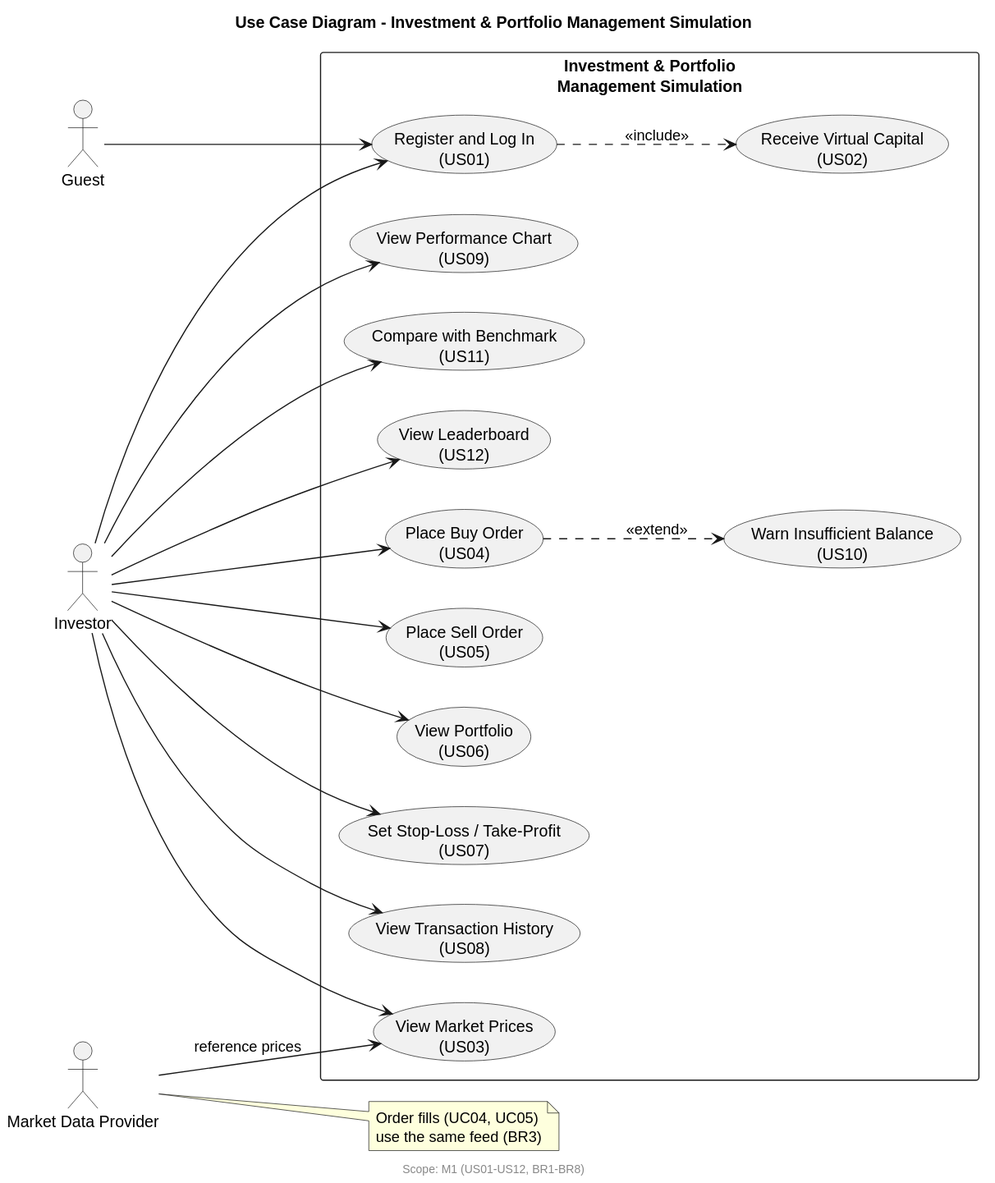
Before: docs/diagrams/use-case-diagram.svg, a diagram exported from PlantUML (SE-FDA-NEU-AI66B/AI66B-Group-5-A4-Investment-and-Portfolio-Management-Simulation).
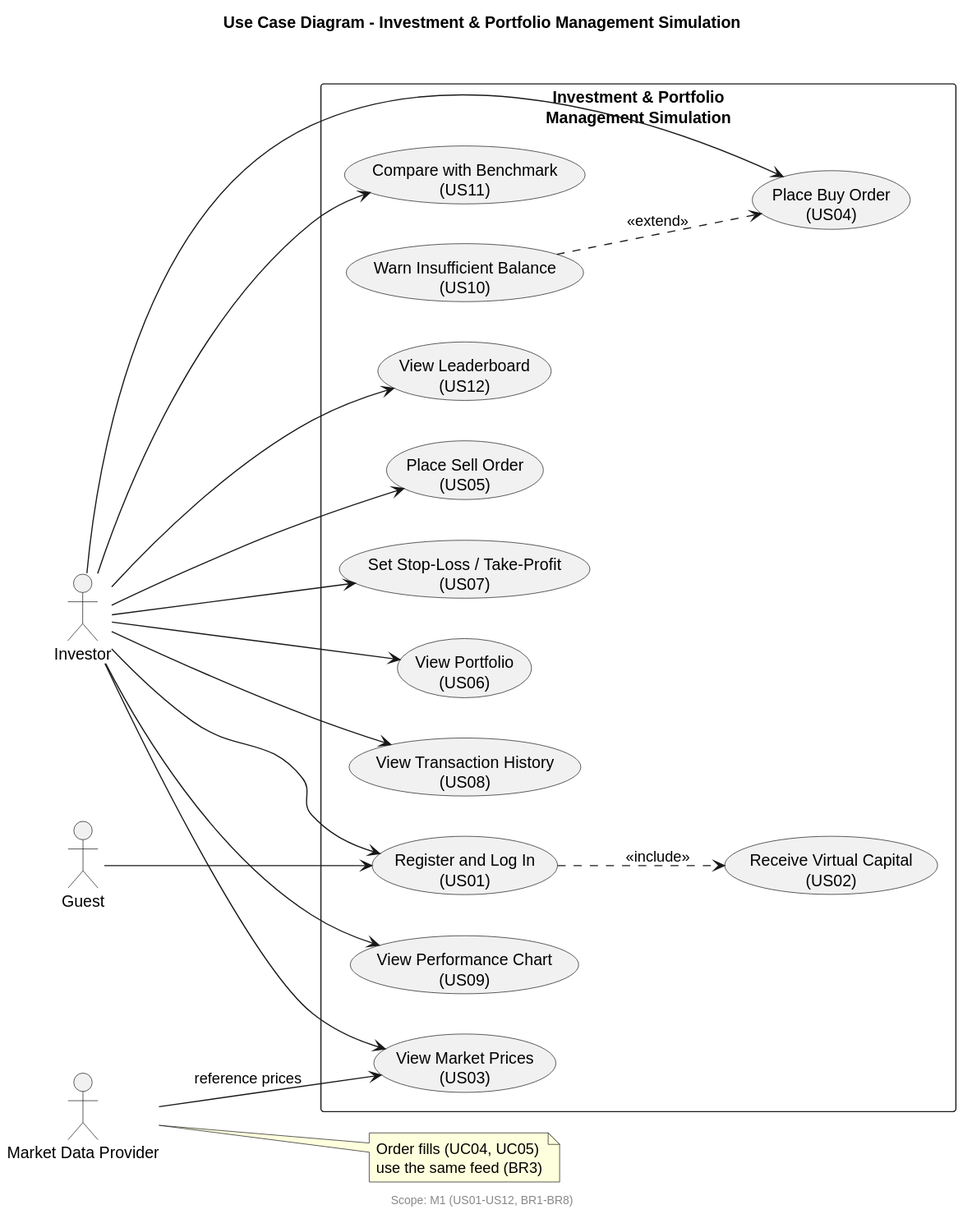
After the change.

Commit message:
docs: update use-case diagram

The edit, as a diff of the source:
```diff
@@ -12,12 +12,12 @@
   usecase "Receive Virtual Capital\n(US02)" as UC02
   usecase "View Market Prices\n(US03)" as UC03
   usecase "Place Buy Order\n(US04)" as UC04
+  usecase "Warn Insufficient Balance\n(US10)" as UC10
   usecase "Place Sell Order\n(US05)" as UC05
+  usecase "Set Stop-Loss / Take-Profit\n(US07)" as UC07
   usecase "View Portfolio\n(US06)" as UC06
-  usecase "Set Stop-Loss / Take-Profit\n(US07)" as UC07
   usecase "View Transaction History\n(US08)" as UC08
   usecase "View Performance Chart\n(US09)" as UC09
-  usecase "Warn Insufficient Balance\n(US10)" as UC10
   usecase "Compare with Benchmark\n(US11)" as UC11
   usecase "View Leaderboard\n(US12)" as UC12
 }
@@ -35,7 +35,7 @@
 Investor --> UC12
 
 UC01 ..> UC02 : <<include>>
-UC04 ..> UC10 : <<extend>>
+UC10 ..> UC04 : <<extend>>
 
 MarketData --> UC03 : reference prices
 note right of MarketData
```
